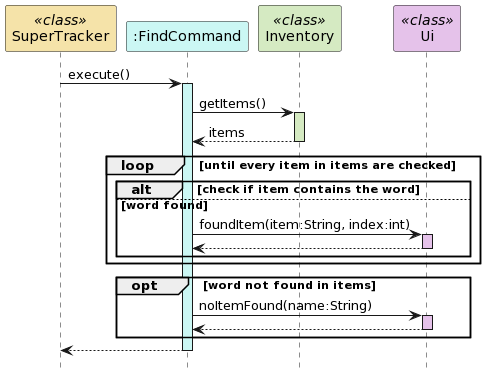
Above: docs/uml-diagrams/FindCommandSequence.png in rismm/tp (PlantUML), before the change. Its diagram source:
```plantuml
@startuml
hide footbox
participant "SuperTracker" as SuperTracker <<class>> #f5e3a9
participant ":FindCommand" as FindCommand #cbf7f4
participant "Inventory" as Inventory <<class>> #d5eac2
participant "Ui" as Ui <<class>> #e5c2ea

SuperTracker -> FindCommand : execute()
activate FindCommand #cbf7f4

FindCommand -> Inventory : getItems()
activate Inventory #d5eac2
Inventory --> FindCommand : items
deactivate Inventory

loop until every item in items are checked
    alt check if item contains the word
    else word found
    FindCommand -> Ui : foundItem(item:String, index:int)
    activate Ui #e5c2ea
    Ui --> FindCommand
    deactivate Ui
    end
end

opt word not found in items
FindCommand -> Ui : noItemFound(name:String)
activate Ui #e5c2ea
Ui --> FindCommand
deactivate Ui
end

FindCommand --> SuperTracker
deactivate FindCommand
@enduml
```
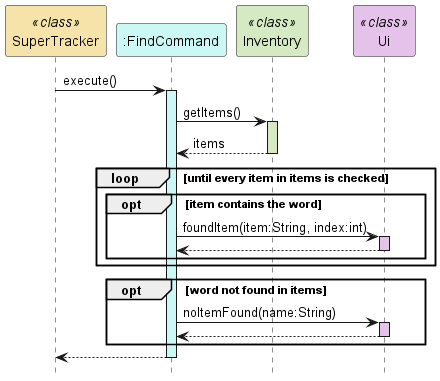
After the change.

The edit, as a diff of the source:
```diff
@@ -13,9 +13,8 @@
 Inventory --> FindCommand : items
 deactivate Inventory
 
-loop until every item in items are checked
-    alt check if item contains the word
-    else word found
+loop until every item in items is checked
+    opt item contains the word
     FindCommand -> Ui : foundItem(item:String, index:int)
     activate Ui #e5c2ea
     Ui --> FindCommand
```
